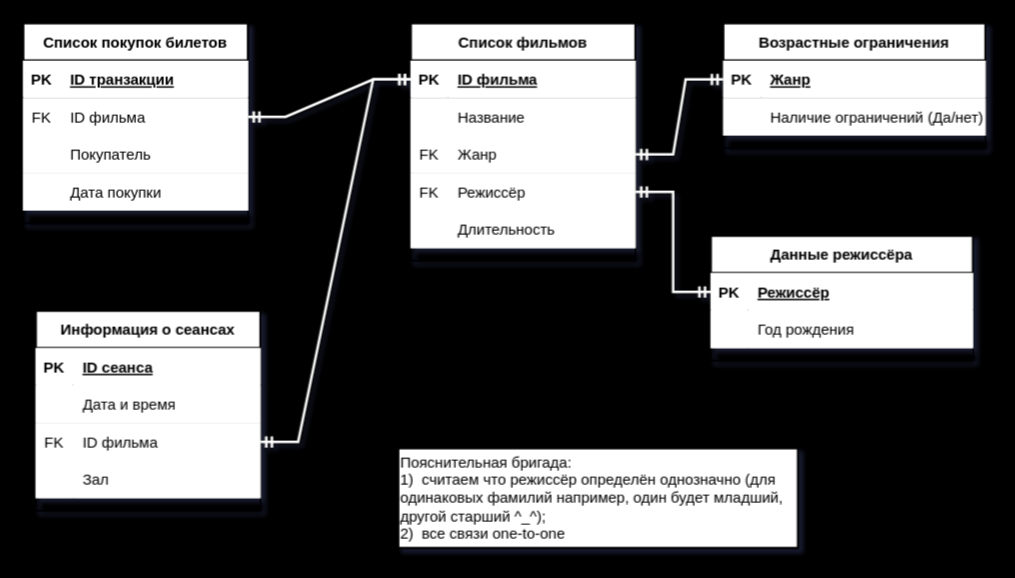
Kolesa-Education/kolesa-upgrade-homework-4 keeps this draw.io diagram as part1/HW2.drawio. Above is the earlier version. Source tidied: cells renumbered, new cells numbered last; positions are measured from the earlier drawing's top-left corner, leaving out a move shared by most shapes. Both pictures are drawn from the tidied source at 125%, with x=0, y=0 at pixel (22, 22).
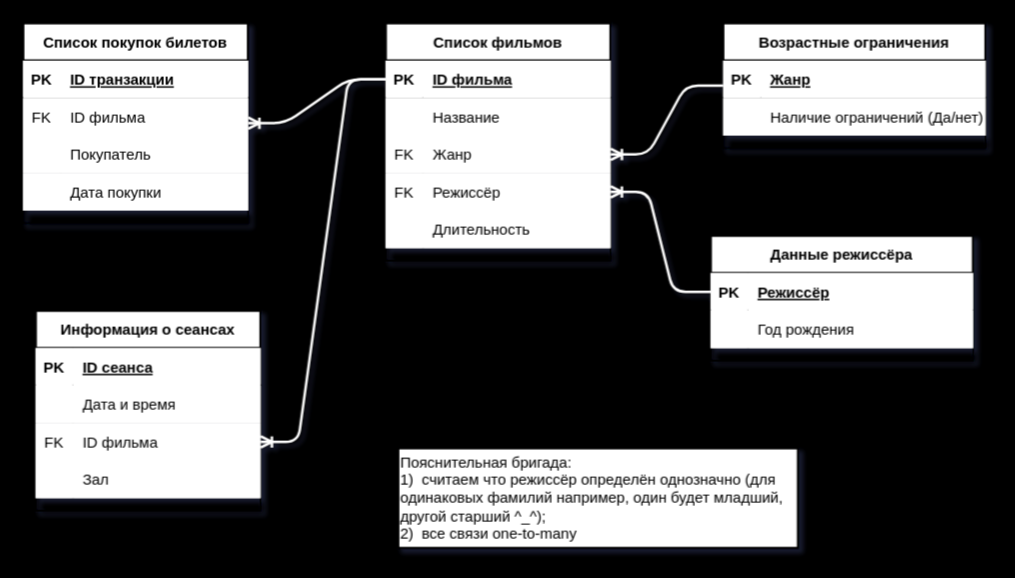
Above is the later version.

The change refers to these unchanged cells:
```xml
<mxCell id="2" value="Список покупок билетов" style="shape=table;startSize=30;childLayout=tableLayout;rowLines=0;fontStyle=1;align=center;rounded=0;strokeWidth=2;labelBackgroundColor=none;" parent="1" vertex="1">
  <mxGeometry width="180" height="160" as="geometry" />
</mxCell>
<mxCell id="6" style="shape=partialRectangle;top=0;left=0;bottom=0;right=0;points=[[0,0.5],[1,0.5]];portConstraint=eastwest;rounded=0;strokeWidth=2;labelBackgroundColor=none;" parent="2" vertex="1">
  <mxGeometry y="60" width="180" height="30" as="geometry" />
</mxCell>
<mxCell id="17" style="shape=partialRectangle;top=0;left=0;bottom=1;right=0;points=[[0,0.5],[1,0.5]];portConstraint=eastwest;rounded=0;strokeWidth=2;labelBackgroundColor=none;" parent="16" vertex="1">
  <mxGeometry y="30" width="180" height="30" as="geometry" />
</mxCell>
<mxCell id="23" style="shape=partialRectangle;top=0;left=0;bottom=0;right=0;points=[[0,0.5],[1,0.5]];portConstraint=eastwest;rounded=0;strokeWidth=2;labelBackgroundColor=none;" parent="16" vertex="1">
  <mxGeometry y="90" width="180" height="30" as="geometry" />
</mxCell>
<mxCell id="26" style="shape=partialRectangle;top=0;left=0;bottom=0;right=0;points=[[0,0.5],[1,0.5]];portConstraint=eastwest;rounded=0;strokeWidth=2;labelBackgroundColor=none;" parent="16" vertex="1">
  <mxGeometry y="120" width="180" height="30" as="geometry" />
</mxCell>
<mxCell id="32" value="Возрастные ограничения" style="shape=table;startSize=30;childLayout=tableLayout;rowLines=0;fontStyle=1;align=center;rounded=0;strokeWidth=2;labelBackgroundColor=none;" parent="1" vertex="1">
  <mxGeometry x="560" width="210" height="100" as="geometry" />
</mxCell>
<mxCell id="33" style="shape=partialRectangle;top=0;left=0;bottom=1;right=0;points=[[0,0.5],[1,0.5]];portConstraint=eastwest;rounded=0;strokeWidth=2;labelBackgroundColor=none;" parent="32" vertex="1">
  <mxGeometry y="30" width="210" height="30" as="geometry" />
</mxCell>
<mxCell id="42" style="shape=partialRectangle;top=0;left=0;bottom=1;right=0;points=[[0,0.5],[1,0.5]];portConstraint=eastwest;rounded=0;strokeWidth=2;labelBackgroundColor=none;" parent="41" vertex="1">
  <mxGeometry y="30" width="210" height="30" as="geometry" />
</mxCell>
<mxCell id="56" style="shape=partialRectangle;top=0;left=0;bottom=0;right=0;points=[[0,0.5],[1,0.5]];portConstraint=eastwest;rounded=0;strokeWidth=2;labelBackgroundColor=none;" parent="49" vertex="1">
  <mxGeometry y="90" width="180" height="30" as="geometry" />
</mxCell>
```

The edit, as a diff of the source:
```diff
@@
-    <mxCell id="15" value="Пояснительная бригада:&lt;br&gt;1)&amp;nbsp; считаем что режиссёр определён однозначно (для одинаковых фамилий например, один будет младший, другой старший ^_^);&lt;br&gt;2)&amp;nbsp; все связи one-to-one" style="rounded=0;whiteSpace=wrap;html=1;align=left;strokeWidth=2;labelBackgroundColor=none;" parent="1" vertex="1">
+    <mxCell id="15" value="Пояснительная бригада:&lt;br&gt;1)&amp;nbsp; считаем что режиссёр определён однозначно (для одинаковых фамилий например, один будет младший, другой старший ^_^);&lt;br&gt;2)&amp;nbsp; все связи one-to-many" style="rounded=0;whiteSpace=wrap;html=1;align=left;strokeWidth=2;labelBackgroundColor=none;" parent="1" vertex="1">
       <mxGeometry x="300" y="340" width="320" height="80" as="geometry" />
     </mxCell>
     <mxCell id="16" value="Список фильмов" style="shape=table;startSize=30;childLayout=tableLayout;rowLines=0;fontStyle=1;align=center;rounded=0;strokeWidth=2;labelBackgroundColor=none;" parent="1" vertex="1">
-      <mxGeometry x="310" width="180" height="190" as="geometry" />
+      <mxGeometry x="290" width="180" height="190" as="geometry" />
     </mxCell>
@@
-    <mxCell id="39" style="edgeStyle=entityRelationEdgeStyle;fontSize=12;html=1;endArrow=ERmandOne;startArrow=ERmandOne;entryX=0;entryY=0.5;entryDx=0;entryDy=0;exitX=1;exitY=0.5;exitDx=0;exitDy=0;rounded=0;strokeWidth=2;fontColor=default;labelBackgroundColor=none;strokeColor=#FFFFFF;" parent="1" edge="1" source="23" target="33">
-      <mxGeometry relative="1" as="geometry" />
-    </mxCell>
-    <mxCell id="40" style="edgeStyle=entityRelationEdgeStyle;fontSize=12;html=1;endArrow=ERmandOne;startArrow=ERmandOne;entryX=0;entryY=0.5;entryDx=0;entryDy=0;exitX=1;exitY=0.5;exitDx=0;exitDy=0;rounded=0;strokeWidth=2;fontColor=default;labelBackgroundColor=none;strokeColor=#FFFFFF;" parent="1" edge="1" source="6" target="17">
-      <mxGeometry relative="1" as="geometry" />
-    </mxCell>
@@
-    <mxCell id="48" style="edgeStyle=entityRelationEdgeStyle;fontSize=12;html=1;endArrow=ERmandOne;startArrow=ERmandOne;entryX=0;entryY=0.5;entryDx=0;entryDy=0;exitX=1;exitY=0.5;exitDx=0;exitDy=0;rounded=0;strokeWidth=2;fontColor=default;labelBackgroundColor=none;strokeColor=#FFFFFF;" parent="1" edge="1" source="26" target="42">
-      <mxGeometry relative="1" as="geometry" />
-    </mxCell>
@@
-    <mxCell id="62" style="edgeStyle=entityRelationEdgeStyle;fontSize=12;html=1;endArrow=ERmandOne;startArrow=ERmandOne;exitX=1;exitY=0.5;exitDx=0;exitDy=0;entryX=0;entryY=0.5;entryDx=0;entryDy=0;rounded=0;strokeWidth=2;fontColor=default;labelBackgroundColor=none;strokeColor=#FFFFFF;" parent="1" edge="1" source="56" target="17">
-      <mxGeometry relative="1" as="geometry" />
-    </mxCell>
+    <mxCell id="63" style="edgeStyle=entityRelationEdgeStyle;fontSize=12;html=1;endArrow=ERoneToMany;entryX=1;entryY=0.5;entryDx=0;entryDy=0;exitX=0;exitY=0.5;exitDx=0;exitDy=0;strokeColor=#FFFFFF;strokeWidth=2;" parent="1" edge="1" source="32" target="23">
+      <mxGeometry relative="1" as="geometry" />
+    </mxCell>
+    <mxCell id="64" style="edgeStyle=entityRelationEdgeStyle;fontSize=12;html=1;endArrow=ERoneToMany;entryX=1;entryY=0.5;entryDx=0;entryDy=0;exitX=0;exitY=0.5;exitDx=0;exitDy=0;strokeColor=#FFFFFF;strokeWidth=2;" parent="1" edge="1" source="42" target="26">
+      <mxGeometry relative="1" as="geometry" />
+    </mxCell>
+    <mxCell id="65" style="edgeStyle=entityRelationEdgeStyle;fontSize=12;html=1;endArrow=ERoneToMany;entryX=1;entryY=0.5;entryDx=0;entryDy=0;exitX=0;exitY=0.5;exitDx=0;exitDy=0;strokeColor=#FFFFFF;strokeWidth=2;" parent="1" edge="1" source="17" target="2">
+      <mxGeometry relative="1" as="geometry" />
+    </mxCell>
+    <mxCell id="66" style="edgeStyle=entityRelationEdgeStyle;fontSize=12;html=1;endArrow=ERoneToMany;entryX=1;entryY=0.5;entryDx=0;entryDy=0;exitX=0;exitY=0.5;exitDx=0;exitDy=0;strokeColor=#FFFFFF;strokeWidth=2;" parent="1" edge="1" source="17" target="56">
+      <mxGeometry relative="1" as="geometry" />
+    </mxCell>
```
